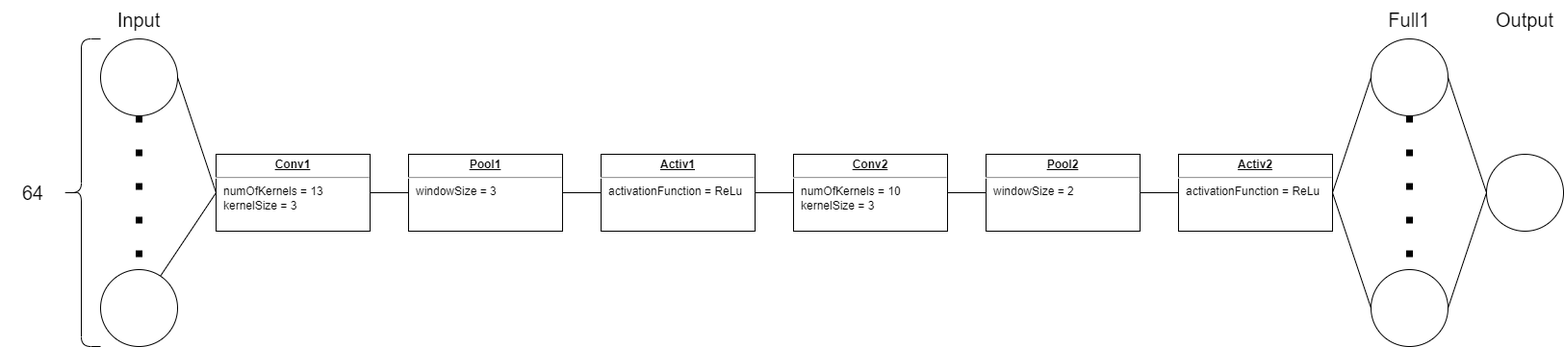
Earlier version of the draw.io export thesis/dependencies/pictures/CNN_Structure.png (dylsonowski/Chess_Engine). Source tidied: cells renumbered, new cells last; positions are measured from the earlier drawing's top-left corner, leaving out a move shared by most shapes.
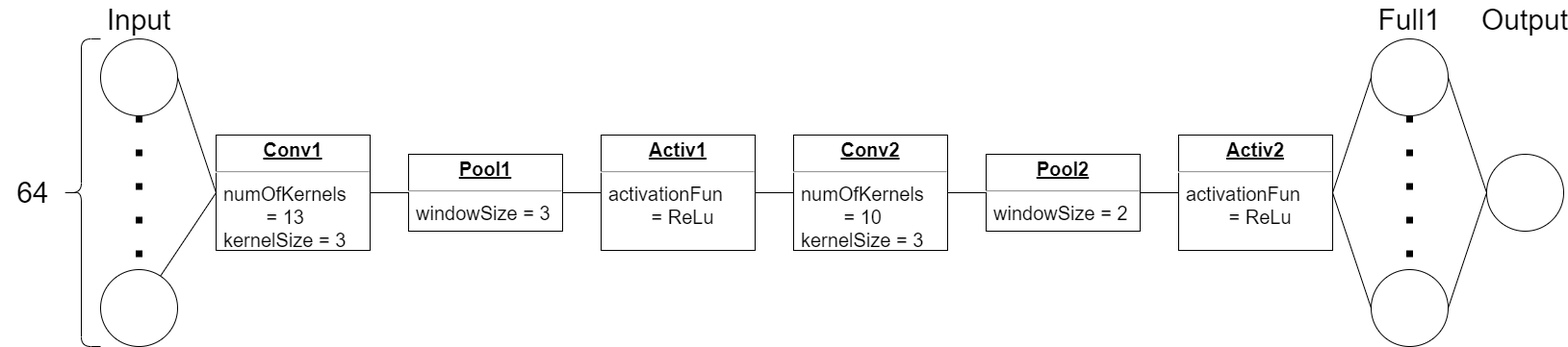
After the change.

The edit, as a diff of the source:
```diff
@@ -20,44 +20,44 @@
     <mxCell id="7" style="shape=curlyBracket;whiteSpace=wrap;html=1;rounded=1;" parent="1" vertex="1">
       <mxGeometry x="60" y="40" width="40" height="320" as="geometry" />
     </mxCell>
-    <mxCell id="8" value="&lt;font style=&quot;font-size: 20px;&quot;&gt;64&lt;/font&gt;" style="text;html=1;strokeColor=none;fillColor=none;align=center;verticalAlign=middle;whiteSpace=wrap;rounded=0;strokeWidth=8;" parent="1" vertex="1">
+    <mxCell id="8" value="&lt;font style=&quot;font-size: 30px;&quot;&gt;64&lt;/font&gt;" style="text;html=1;strokeColor=none;fillColor=none;align=center;verticalAlign=middle;whiteSpace=wrap;rounded=0;strokeWidth=8;" parent="1" vertex="1">
       <mxGeometry y="185" width="60" height="30" as="geometry" />
     </mxCell>
     <mxCell id="9" style="edgeStyle=none;rounded=0;jettySize=auto;html=1;entryX=0;entryY=0.5;entryDx=0;entryDy=0;fontSize=20;endArrow=none;endFill=0;strokeWidth=1;" parent="1" edge="1" source="10" target="12">
       <mxGeometry relative="1" as="geometry" />
     </mxCell>
-    <mxCell id="10" value="&lt;p style=&quot;margin:0px;margin-top:4px;text-align:center;text-decoration:underline;&quot;&gt;&lt;b&gt;Conv1&lt;/b&gt;&lt;/p&gt;&lt;hr&gt;&lt;p style=&quot;margin:0px;margin-left:8px;&quot;&gt;numOfKernels = 13&lt;br&gt;kernelSize = 3&lt;/p&gt;" style="verticalAlign=top;align=left;overflow=fill;fontSize=12;fontFamily=Helvetica;html=1;strokeWidth=1;" parent="1" vertex="1">
-      <mxGeometry x="220" y="160" width="160" height="80" as="geometry" />
+    <mxCell id="10" value="&lt;p style=&quot;margin: 4px 0px 0px; text-align: center; text-decoration: underline; font-size: 20px;&quot;&gt;&lt;b style=&quot;&quot;&gt;&lt;font style=&quot;font-size: 20px;&quot;&gt;Conv1&lt;/font&gt;&lt;/b&gt;&lt;/p&gt;&lt;hr style=&quot;font-size: 20px;&quot;&gt;&lt;p style=&quot;margin: 0px 0px 0px 8px; font-size: 20px;&quot;&gt;&lt;font style=&quot;font-size: 20px;&quot;&gt;numOfKernels&amp;nbsp;&lt;/font&gt;&lt;/p&gt;&lt;p style=&quot;margin: 0px 0px 0px 8px; font-size: 20px;&quot;&gt;&lt;font style=&quot;font-size: 20px;&quot;&gt;&lt;span style=&quot;white-space: pre;&quot;&gt;&#9;&lt;/span&gt;= 13&lt;br&gt;kernelSize = 3&lt;/font&gt;&lt;/p&gt;" style="verticalAlign=top;align=left;overflow=fill;fontSize=12;fontFamily=Helvetica;html=1;strokeWidth=1;" parent="1" vertex="1">
+      <mxGeometry x="220" y="140" width="160" height="120" as="geometry" />
     </mxCell>
     <mxCell id="11" style="edgeStyle=none;rounded=0;jettySize=auto;html=1;entryX=0;entryY=0.5;entryDx=0;entryDy=0;fontSize=20;endArrow=none;endFill=0;strokeWidth=1;" parent="1" edge="1" source="12" target="14">
       <mxGeometry relative="1" as="geometry" />
     </mxCell>
-    <mxCell id="12" value="&lt;p style=&quot;margin:0px;margin-top:4px;text-align:center;text-decoration:underline;&quot;&gt;&lt;b&gt;Pool1&lt;/b&gt;&lt;/p&gt;&lt;hr&gt;&lt;p style=&quot;margin:0px;margin-left:8px;&quot;&gt;windowSize = 3&lt;/p&gt;" style="verticalAlign=top;align=left;overflow=fill;fontSize=12;fontFamily=Helvetica;html=1;strokeWidth=1;" parent="1" vertex="1">
+    <mxCell id="12" value="&lt;p style=&quot;margin: 4px 0px 0px; text-align: center; text-decoration: underline; font-size: 20px;&quot;&gt;&lt;b style=&quot;&quot;&gt;&lt;font style=&quot;font-size: 20px;&quot;&gt;Pool1&lt;/font&gt;&lt;/b&gt;&lt;/p&gt;&lt;hr style=&quot;font-size: 20px;&quot;&gt;&lt;p style=&quot;margin: 0px 0px 0px 8px; font-size: 20px;&quot;&gt;&lt;font style=&quot;font-size: 20px;&quot;&gt;windowSize = 3&lt;/font&gt;&lt;/p&gt;" style="verticalAlign=top;align=left;overflow=fill;fontSize=12;fontFamily=Helvetica;html=1;strokeWidth=1;" parent="1" vertex="1">
       <mxGeometry x="420" y="160" width="160" height="80" as="geometry" />
     </mxCell>
     <mxCell id="13" style="edgeStyle=none;rounded=0;jettySize=auto;html=1;entryX=0;entryY=0.5;entryDx=0;entryDy=0;fontSize=20;endArrow=none;endFill=0;strokeWidth=1;" parent="1" edge="1" source="14" target="16">
       <mxGeometry relative="1" as="geometry" />
     </mxCell>
-    <mxCell id="14" value="&lt;p style=&quot;margin:0px;margin-top:4px;text-align:center;text-decoration:underline;&quot;&gt;&lt;b&gt;Activ1&lt;/b&gt;&lt;/p&gt;&lt;hr&gt;&lt;p style=&quot;margin:0px;margin-left:8px;&quot;&gt;activationFunction = ReLu&lt;br&gt;&lt;/p&gt;" style="verticalAlign=top;align=left;overflow=fill;fontSize=12;fontFamily=Helvetica;html=1;strokeWidth=1;" parent="1" vertex="1">
-      <mxGeometry x="620" y="160" width="160" height="80" as="geometry" />
+    <mxCell id="14" value="&lt;p style=&quot;margin: 4px 0px 0px; text-align: center; text-decoration: underline; font-size: 20px;&quot;&gt;&lt;b style=&quot;&quot;&gt;&lt;font style=&quot;font-size: 20px;&quot;&gt;Activ1&lt;/font&gt;&lt;/b&gt;&lt;/p&gt;&lt;hr style=&quot;font-size: 20px;&quot;&gt;&lt;p style=&quot;margin: 0px 0px 0px 8px; font-size: 20px;&quot;&gt;&lt;font style=&quot;font-size: 20px;&quot;&gt;activationFun&amp;nbsp;&lt;/font&gt;&lt;/p&gt;&lt;p style=&quot;margin: 0px 0px 0px 8px; font-size: 20px;&quot;&gt;&lt;font style=&quot;font-size: 20px;&quot;&gt;&lt;span style=&quot;white-space: pre;&quot;&gt;&#9;&lt;/span&gt;= ReLu&lt;/font&gt;&lt;br&gt;&lt;/p&gt;" style="verticalAlign=top;align=left;overflow=fill;fontSize=12;fontFamily=Helvetica;html=1;strokeWidth=1;" parent="1" vertex="1">
+      <mxGeometry x="620" y="140" width="160" height="120" as="geometry" />
     </mxCell>
     <mxCell id="15" style="edgeStyle=none;rounded=0;jettySize=auto;html=1;entryX=0;entryY=0.5;entryDx=0;entryDy=0;fontSize=20;endArrow=none;endFill=0;strokeWidth=1;" parent="1" edge="1" source="16" target="18">
       <mxGeometry relative="1" as="geometry" />
     </mxCell>
-    <mxCell id="16" value="&lt;p style=&quot;margin:0px;margin-top:4px;text-align:center;text-decoration:underline;&quot;&gt;&lt;b&gt;Conv2&lt;/b&gt;&lt;/p&gt;&lt;hr&gt;&lt;p style=&quot;margin:0px;margin-left:8px;&quot;&gt;numOfKernels = 10&lt;br&gt;kernelSize = 3&lt;/p&gt;" style="verticalAlign=top;align=left;overflow=fill;fontSize=12;fontFamily=Helvetica;html=1;strokeWidth=1;" parent="1" vertex="1">
-      <mxGeometry x="820" y="160" width="160" height="80" as="geometry" />
+    <mxCell id="16" value="&lt;p style=&quot;margin: 4px 0px 0px; text-align: center; text-decoration: underline; font-size: 20px;&quot;&gt;&lt;b style=&quot;&quot;&gt;&lt;font style=&quot;font-size: 20px;&quot;&gt;Conv2&lt;/font&gt;&lt;/b&gt;&lt;/p&gt;&lt;hr style=&quot;font-size: 20px;&quot;&gt;&lt;p style=&quot;margin: 0px 0px 0px 8px; font-size: 20px;&quot;&gt;&lt;font style=&quot;font-size: 20px;&quot;&gt;numOfKernels&amp;nbsp;&lt;/font&gt;&lt;/p&gt;&lt;p style=&quot;margin: 0px 0px 0px 8px; font-size: 20px;&quot;&gt;&lt;font style=&quot;font-size: 20px;&quot;&gt;&lt;span style=&quot;white-space: pre;&quot;&gt;&#9;&lt;/span&gt;= 10&lt;br&gt;kernelSize = 3&lt;/font&gt;&lt;/p&gt;" style="verticalAlign=top;align=left;overflow=fill;fontSize=12;fontFamily=Helvetica;html=1;strokeWidth=1;" parent="1" vertex="1">
+      <mxGeometry x="820" y="140" width="160" height="120" as="geometry" />
     </mxCell>
     <mxCell id="17" style="edgeStyle=none;rounded=0;jettySize=auto;html=1;entryX=0;entryY=0.5;entryDx=0;entryDy=0;fontSize=20;endArrow=none;endFill=0;strokeWidth=1;" parent="1" edge="1" source="18" target="20">
       <mxGeometry relative="1" as="geometry" />
     </mxCell>
-    <mxCell id="18" value="&lt;p style=&quot;margin:0px;margin-top:4px;text-align:center;text-decoration:underline;&quot;&gt;&lt;b&gt;Pool2&lt;/b&gt;&lt;/p&gt;&lt;hr&gt;&lt;p style=&quot;margin:0px;margin-left:8px;&quot;&gt;windowSize = 2&lt;/p&gt;" style="verticalAlign=top;align=left;overflow=fill;fontSize=12;fontFamily=Helvetica;html=1;strokeWidth=1;" parent="1" vertex="1">
+    <mxCell id="18" value="&lt;p style=&quot;margin: 4px 0px 0px; text-align: center; text-decoration: underline; font-size: 20px;&quot;&gt;&lt;b style=&quot;&quot;&gt;&lt;font style=&quot;font-size: 20px;&quot;&gt;Pool2&lt;/font&gt;&lt;/b&gt;&lt;/p&gt;&lt;hr style=&quot;font-size: 20px;&quot;&gt;&lt;p style=&quot;margin: 0px 0px 0px 8px; font-size: 20px;&quot;&gt;&lt;font style=&quot;font-size: 20px;&quot;&gt;windowSize = 2&lt;/font&gt;&lt;/p&gt;" style="verticalAlign=top;align=left;overflow=fill;fontSize=12;fontFamily=Helvetica;html=1;strokeWidth=1;" parent="1" vertex="1">
       <mxGeometry x="1020" y="160" width="160" height="80" as="geometry" />
     </mxCell>
     <mxCell id="19" style="edgeStyle=none;rounded=0;jettySize=auto;html=1;exitX=1;exitY=0.5;exitDx=0;exitDy=0;entryX=0;entryY=0.5;entryDx=0;entryDy=0;fontSize=20;endArrow=none;endFill=0;strokeWidth=1;" parent="1" edge="1" source="20" target="23">
       <mxGeometry relative="1" as="geometry" />
     </mxCell>
-    <mxCell id="20" value="&lt;p style=&quot;margin:0px;margin-top:4px;text-align:center;text-decoration:underline;&quot;&gt;&lt;b&gt;Activ2&lt;/b&gt;&lt;/p&gt;&lt;hr&gt;&lt;p style=&quot;margin:0px;margin-left:8px;&quot;&gt;activationFunction = ReLu&lt;br&gt;&lt;/p&gt;" style="verticalAlign=top;align=left;overflow=fill;fontSize=12;fontFamily=Helvetica;html=1;strokeWidth=1;" parent="1" vertex="1">
-      <mxGeometry x="1220" y="160" width="160" height="80" as="geometry" />
+    <mxCell id="20" value="&lt;p style=&quot;margin: 4px 0px 0px; text-align: center; text-decoration: underline; font-size: 20px;&quot;&gt;&lt;b style=&quot;&quot;&gt;&lt;font style=&quot;font-size: 20px;&quot;&gt;Activ2&lt;/font&gt;&lt;/b&gt;&lt;/p&gt;&lt;hr style=&quot;font-size: 20px;&quot;&gt;&lt;p style=&quot;margin: 0px 0px 0px 8px; font-size: 20px;&quot;&gt;&lt;font style=&quot;font-size: 20px;&quot;&gt;activationFun&amp;nbsp;&lt;/font&gt;&lt;/p&gt;&lt;p style=&quot;margin: 0px 0px 0px 8px; font-size: 20px;&quot;&gt;&lt;font style=&quot;font-size: 20px;&quot;&gt;&lt;span style=&quot;white-space: pre;&quot;&gt;&#9;&lt;/span&gt;= ReLu&lt;/font&gt;&lt;br&gt;&lt;/p&gt;" style="verticalAlign=top;align=left;overflow=fill;fontSize=12;fontFamily=Helvetica;html=1;strokeWidth=1;" parent="1" vertex="1">
+      <mxGeometry x="1220" y="140" width="160" height="120" as="geometry" />
     </mxCell>
     <mxCell id="21" style="edgeStyle=orthogonalEdgeStyle;rounded=0;jettySize=auto;html=1;endArrow=none;endFill=0;dashed=1;dashPattern=1 4;strokeWidth=7;" parent="1" edge="1" source="23" target="26">
       <mxGeometry relative="1" as="geometry" />
@@ -82,13 +82,13 @@
     <mxCell id="27" style="ellipse;whiteSpace=wrap;html=1;fontSize=20;strokeWidth=1;" parent="1" vertex="1">
       <mxGeometry x="1540" y="160" width="80" height="80" as="geometry" />
     </mxCell>
-    <mxCell id="28" value="Full1" style="text;html=1;strokeColor=none;fillColor=none;align=center;verticalAlign=middle;whiteSpace=wrap;rounded=0;fontSize=20;" parent="1" vertex="1">
+    <mxCell id="28" value="Full1" style="text;html=1;strokeColor=none;fillColor=none;align=center;verticalAlign=middle;whiteSpace=wrap;rounded=0;fontSize=30;" parent="1" vertex="1">
       <mxGeometry x="1420" width="80" height="40" as="geometry" />
     </mxCell>
-    <mxCell id="29" value="Input" style="text;html=1;strokeColor=none;fillColor=none;align=center;verticalAlign=middle;whiteSpace=wrap;rounded=0;fontSize=20;" parent="1" vertex="1">
+    <mxCell id="29" value="&lt;font style=&quot;font-size: 30px;&quot;&gt;Input&lt;/font&gt;" style="text;html=1;strokeColor=none;fillColor=none;align=center;verticalAlign=middle;whiteSpace=wrap;rounded=0;fontSize=20;" parent="1" vertex="1">
       <mxGeometry x="110" y="5" width="60" height="30" as="geometry" />
     </mxCell>
-    <mxCell id="30" value="Output" style="text;html=1;strokeColor=none;fillColor=none;align=center;verticalAlign=middle;whiteSpace=wrap;rounded=0;fontSize=20;" parent="1" vertex="1">
+    <mxCell id="30" value="Output" style="text;html=1;strokeColor=none;fillColor=none;align=center;verticalAlign=middle;whiteSpace=wrap;rounded=0;fontSize=30;" parent="1" vertex="1">
       <mxGeometry x="1550" y="5" width="60" height="30" as="geometry" />
     </mxCell>
   </root>
```
